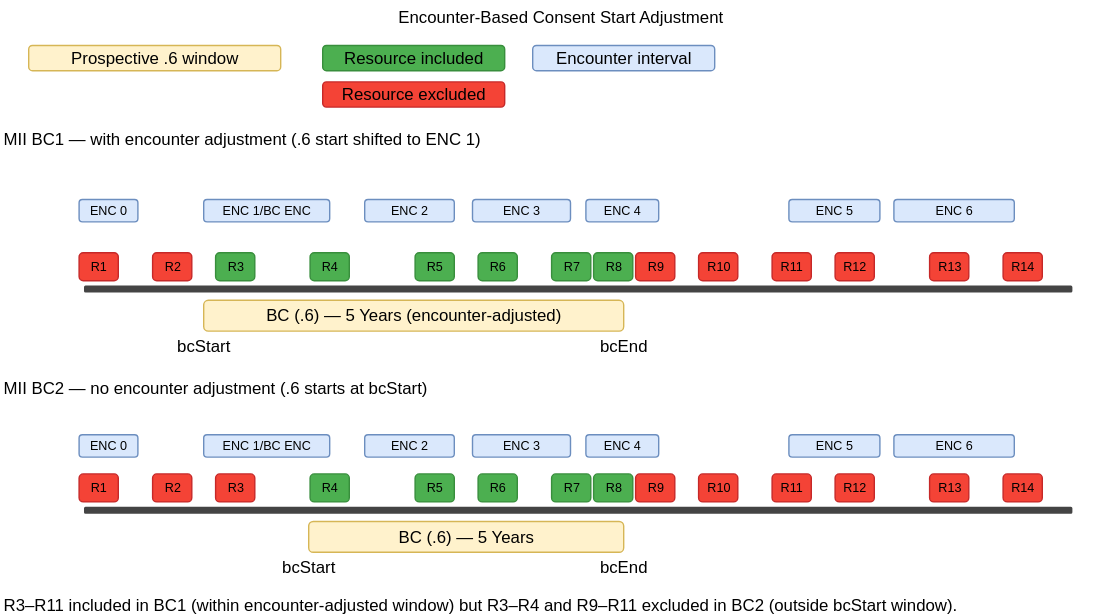
medizininformatik-initiative/torch keeps this draw.io diagram as docs/drawio/consent/consent_encounter.svg. Above is the earlier version. Source tidied: cells renumbered, new cells last; positions are measured from the earlier drawing's top-left corner, leaving out a move shared by most shapes.
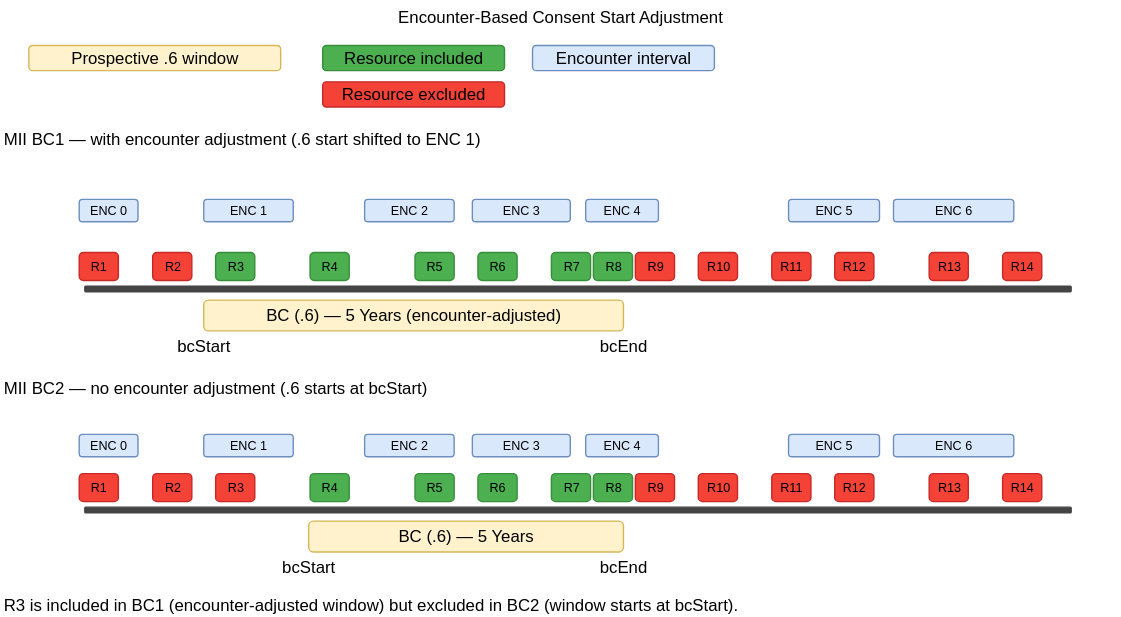
After the commit.

Commit message:
Improve Consent Documentation

Change to the diagram source:
```diff
@@ -23,8 +23,8 @@
     <mxCell id="8" value="ENC 0" style="rounded=1;whiteSpace=wrap;html=1;fillColor=#dae8fc;strokeColor=#6c8ebf;fontSize=9;" parent="1" vertex="1">
       <mxGeometry x="56" y="142" width="42" height="16" as="geometry" />
     </mxCell>
-    <mxCell id="9" value="&lt;font&gt;ENC 1/BC ENC&lt;/font&gt;" style="rounded=1;whiteSpace=wrap;html=1;fillColor=#dae8fc;strokeColor=#6c8ebf;fontSize=9;" parent="1" vertex="1">
-      <mxGeometry x="145" y="142" width="90" height="16" as="geometry" />
+    <mxCell id="9" value="ENC 1" style="rounded=1;whiteSpace=wrap;html=1;fillColor=#dae8fc;strokeColor=#6c8ebf;fontSize=9;" parent="1" vertex="1">
+      <mxGeometry x="145" y="142" width="64" height="16" as="geometry" />
     </mxCell>
     <mxCell id="10" value="ENC 2" style="rounded=1;whiteSpace=wrap;html=1;fillColor=#dae8fc;strokeColor=#6c8ebf;fontSize=9;" parent="1" vertex="1">
       <mxGeometry x="260" y="142" width="64" height="16" as="geometry" />
@@ -152,14 +152,14 @@
     <mxCell id="51" value="bcEnd" style="text;html=1;align=center;verticalAlign=middle;whiteSpace=wrap;rounded=0;" parent="1" vertex="1">
       <mxGeometry x="420" y="398" width="50" height="14" as="geometry" />
     </mxCell>
-    <mxCell id="52" value="R3–R11 included in BC1 (within encounter-adjusted window) but R3–R4 and R9–R11 excluded in BC2 (outside bcStart window)." style="text;html=1;align=left;verticalAlign=middle;whiteSpace=wrap;rounded=0;" parent="1" vertex="1">
+    <mxCell id="52" value="R3 is included in BC1 (encounter-adjusted window) but excluded in BC2 (window starts at bcStart)." style="text;html=1;align=left;verticalAlign=middle;whiteSpace=wrap;rounded=0;" parent="1" vertex="1">
       <mxGeometry y="424" width="780" height="16" as="geometry" />
     </mxCell>
     <mxCell id="53" value="ENC 0" style="rounded=1;whiteSpace=wrap;html=1;fillColor=#dae8fc;strokeColor=#6c8ebf;fontSize=9;" parent="1" vertex="1">
       <mxGeometry x="56" y="310" width="42" height="16" as="geometry" />
     </mxCell>
-    <mxCell id="54" value="&lt;font&gt;ENC 1/BC ENC&lt;/font&gt;" style="rounded=1;whiteSpace=wrap;html=1;fillColor=#dae8fc;strokeColor=#6c8ebf;fontSize=9;" parent="1" vertex="1">
-      <mxGeometry x="145" y="310" width="90" height="16" as="geometry" />
+    <mxCell id="54" value="ENC 1" style="rounded=1;whiteSpace=wrap;html=1;fillColor=#dae8fc;strokeColor=#6c8ebf;fontSize=9;" parent="1" vertex="1">
+      <mxGeometry x="145" y="310" width="64" height="16" as="geometry" />
     </mxCell>
     <mxCell id="55" value="ENC 2" style="rounded=1;whiteSpace=wrap;html=1;fillColor=#dae8fc;strokeColor=#6c8ebf;fontSize=9;" parent="1" vertex="1">
       <mxGeometry x="260" y="310" width="64" height="16" as="geometry" />
```
